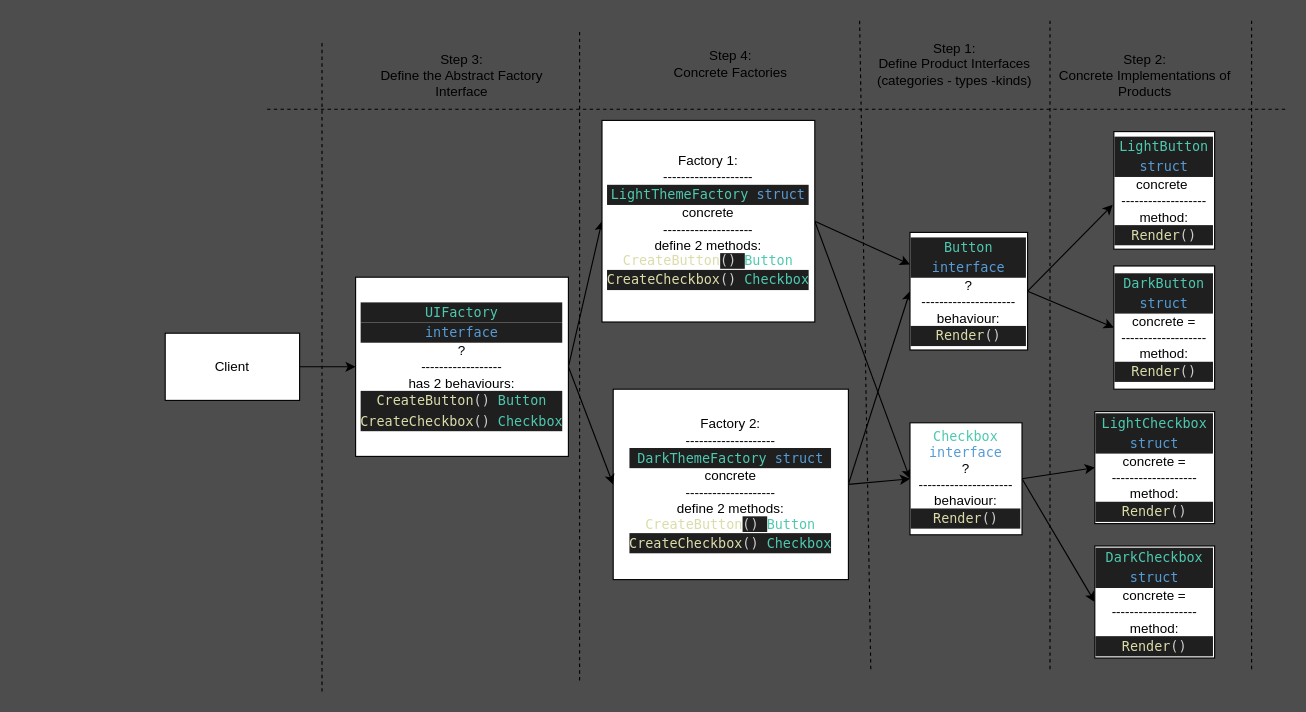
Reza-sd/lem keeps this draw.io diagram as app/designPatterns/creational/Abstract-Factory/eg-3/abstract-factory-3.drawio. Above is the earlier version. Source tidied: cells renumbered, new cells numbered last; positions are measured from the earlier drawing's top-left corner, leaving out a move shared by most shapes. Both pictures are drawn from the tidied source at 112%, with x=0, y=0 at pixel (165, 19).
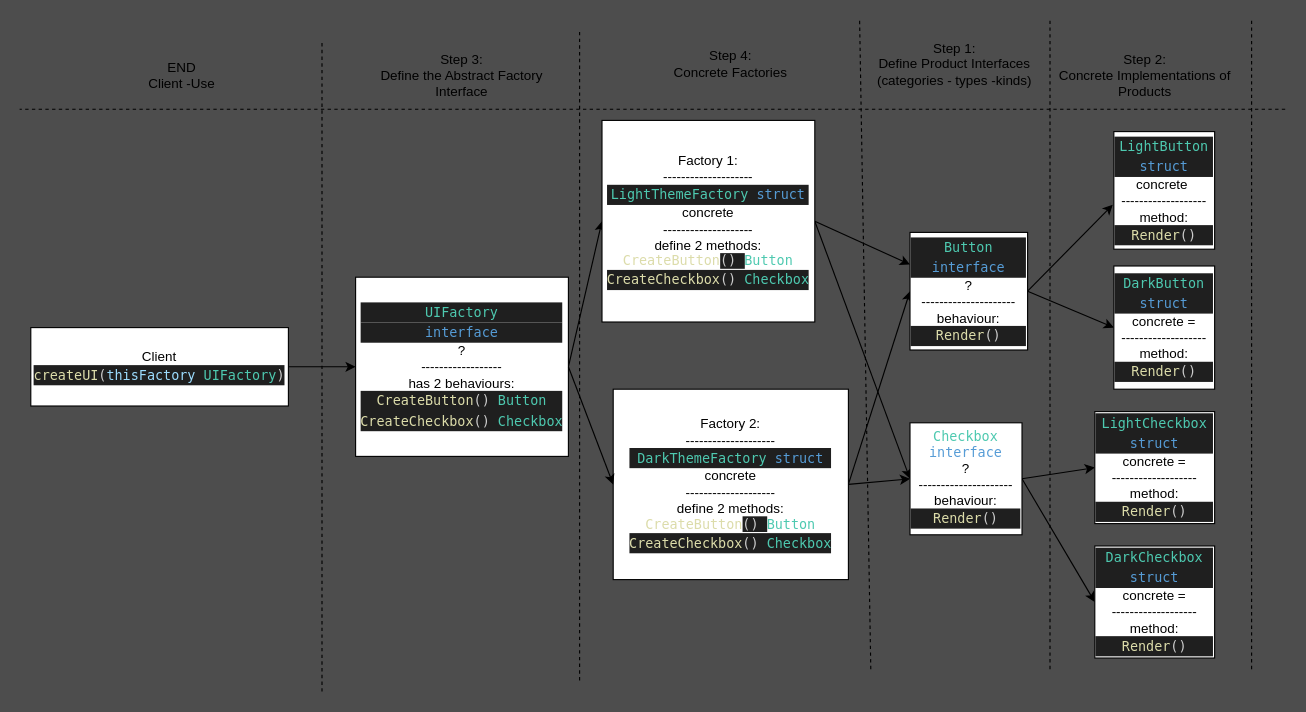
The same diagram, later.

What changed in the source:
```diff
@@
-    <mxCell id="12" value="Client" style="rounded=0;whiteSpace=wrap;html=1;" parent="1" vertex="1">
-      <mxGeometry y="280" width="120" height="60" as="geometry" />
+    <mxCell id="12" value="Client&lt;br&gt;&lt;div style=&quot;color: rgb(204, 204, 204); background-color: rgb(31, 31, 31); font-family: Menlo, Monaco, &amp;quot;Courier New&amp;quot;, monospace; line-height: 18px;&quot;&gt;&lt;div style=&quot;line-height: 18px;&quot;&gt;&lt;span style=&quot;color: #dcdcaa;&quot;&gt;createUI&lt;/span&gt;(&lt;span style=&quot;color: #9cdcfe;&quot;&gt;thisFactory&lt;/span&gt; &lt;span style=&quot;color: #4ec9b0;&quot;&gt;UIFactory&lt;/span&gt;)&lt;/div&gt;&lt;/div&gt;" style="rounded=0;whiteSpace=wrap;html=1;" parent="1" vertex="1">
+      <mxGeometry x="-120" y="275" width="230" height="70" as="geometry" />
     </mxCell>
@@
     <mxCell id="32" style="endArrow=none;dashed=1;html=1;" parent="1" edge="1">
       <mxGeometry relative="1" as="geometry">
         <mxPoint x="1000" y="80" as="sourcePoint" />
-        <mxPoint x="90" y="80" as="targetPoint" />
+        <mxPoint x="-130" y="80" as="targetPoint" />
       </mxGeometry>
     </mxCell>
+    <mxCell id="33" value="END&lt;br&gt;Client -Use" style="text;html=1;strokeColor=none;fillColor=none;align=center;verticalAlign=middle;whiteSpace=wrap;rounded=0;" parent="1" vertex="1">
+      <mxGeometry x="-70" y="10" width="170" height="80" as="geometry" />
+    </mxCell>
```
